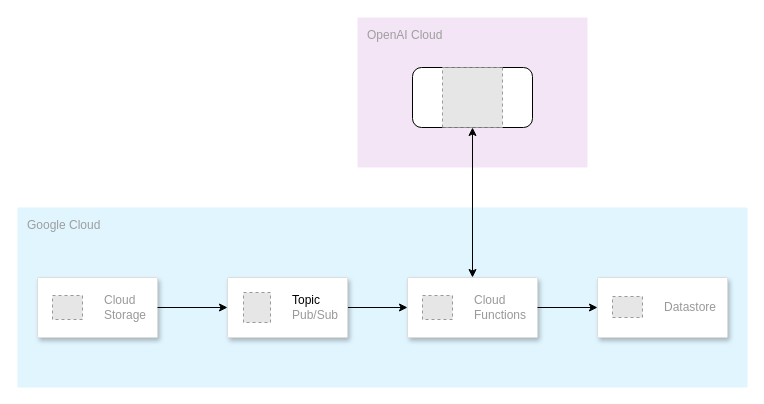
Above: page "overall-architecture" (1 of 2) of sura-ai-document-classification.drawio in rmontecinocleverit/clever-diagrams (draw.io), before the change. Source tidied: cells renumbered, new cells numbered last; positions are measured from the earlier drawing's top-left corner, leaving out a move shared by most shapes. Both pictures are drawn from the tidied source at 100%, with x=0, y=0 at pixel (17, 17). Pictures stored in the file or linked from it are replaced by grey dashed boxes.
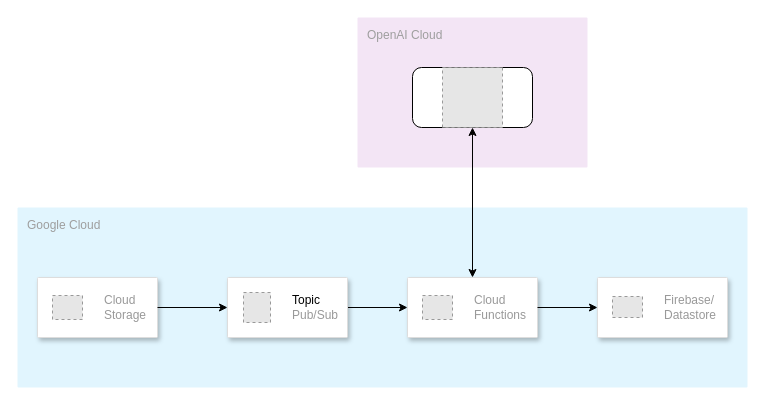
The same page after the edit.

Unchanged cells that the change refers to:
```xml
<mxCell id="7" style="strokeColor=#dddddd;shadow=1;strokeWidth=1;rounded=1;absoluteArcSize=1;arcSize=2;" parent="1" vertex="1">
  <mxGeometry x="580" y="260" width="130" height="60" as="geometry" />
</mxCell>
```

Diff of the diagram source:
```diff
@@
-    <mxCell id="8" value="Datastore" style="fillColor=#E6E6E6;strokeColor=#999999;dashed=1;html=1;fontColor=#999999;verticalLabelPosition=middle;labelBackgroundColor=#ffffff;verticalAlign=middle;labelPosition=right;align=left;spacingLeft=20;" parent="7" vertex="1">
+    <mxCell id="8" value="Firebase/&lt;br&gt;Datastore" style="fillColor=#E6E6E6;strokeColor=#999999;dashed=1;html=1;fontColor=#999999;verticalLabelPosition=middle;labelBackgroundColor=#ffffff;verticalAlign=middle;labelPosition=right;align=left;spacingLeft=20;" parent="7" vertex="1">
       <mxGeometry width="30" height="21" relative="1" as="geometry">
         <mxPoint x="15" y="19" as="offset" />
       </mxGeometry>
     </mxCell>
```
